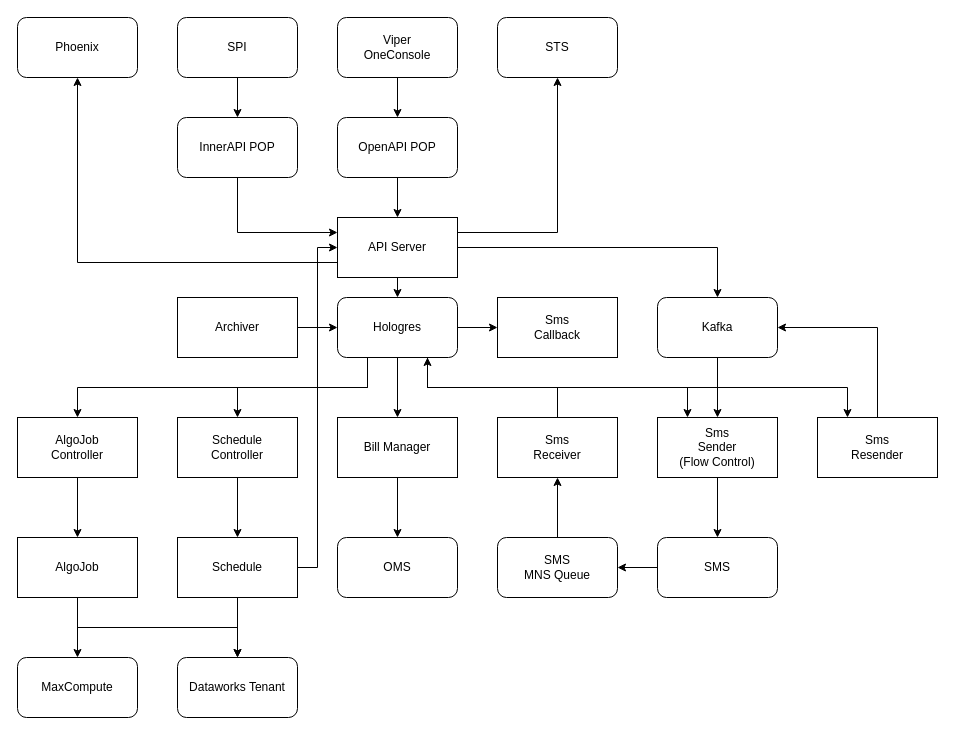
Earlier version of the draw.io diagram growth_arch.drawio (kleon1024/draw). Source tidied: cells renumbered, new cells numbered last; positions are measured from the earlier drawing's top-left corner, leaving out a move shared by most shapes. Both pictures are drawn from the tidied source at 100%, with x=0, y=0 at pixel (17, 17).
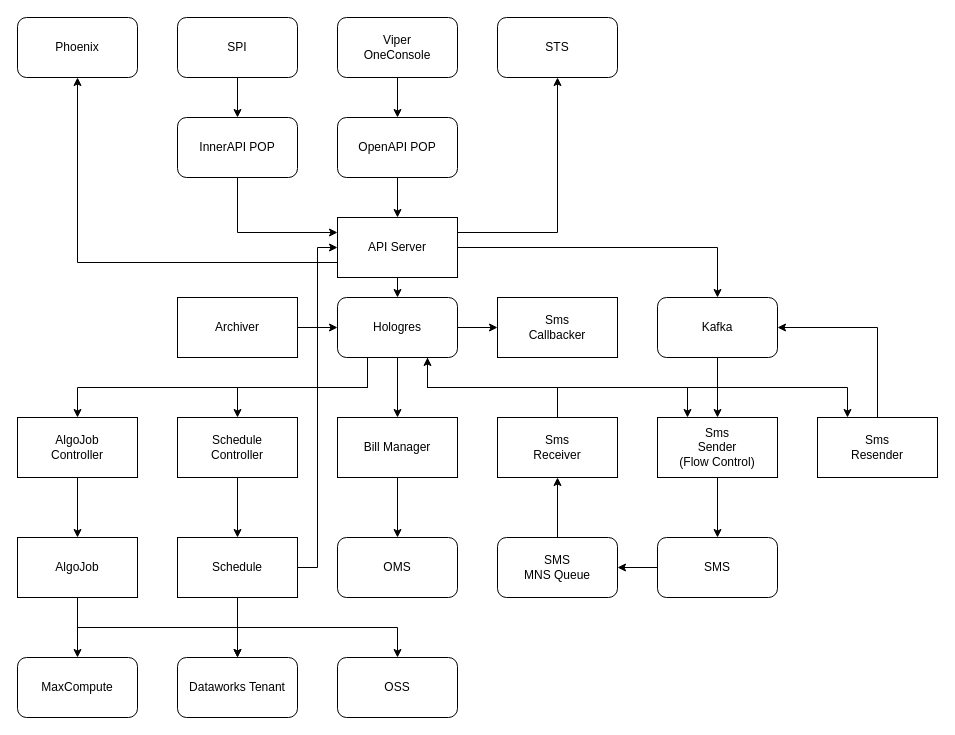
After the change.

The change refers to these unchanged cells:
```xml
<mxCell id="41" value="Schedule" style="rounded=0;whiteSpace=wrap;html=1;" parent="1" vertex="1">
  <mxGeometry x="160" y="520" width="120" height="60" as="geometry" />
</mxCell>
```

Change to the diagram source:
```diff
@@
+    <mxCell id="54" style="edgeStyle=orthogonalEdgeStyle;rounded=0;jettySize=auto;html=1;exitX=0.5;exitY=1;exitDx=0;exitDy=0;" parent="1" edge="1" source="41" target="55">
+      <mxGeometry relative="1" as="geometry" />
+    </mxCell>
@@
-    <mxCell id="53" value="Sms&lt;br&gt;Callback" style="rounded=0;whiteSpace=wrap;html=1;" parent="1" vertex="1">
+    <mxCell id="53" value="Sms&lt;br&gt;Callbacker" style="rounded=0;whiteSpace=wrap;html=1;" parent="1" vertex="1">
       <mxGeometry x="480" y="280" width="120" height="60" as="geometry" />
     </mxCell>
+    <mxCell id="55" value="OSS" style="rounded=1;whiteSpace=wrap;html=1;" parent="1" vertex="1">
+      <mxGeometry x="320" y="640" width="120" height="60" as="geometry" />
+    </mxCell>
```
